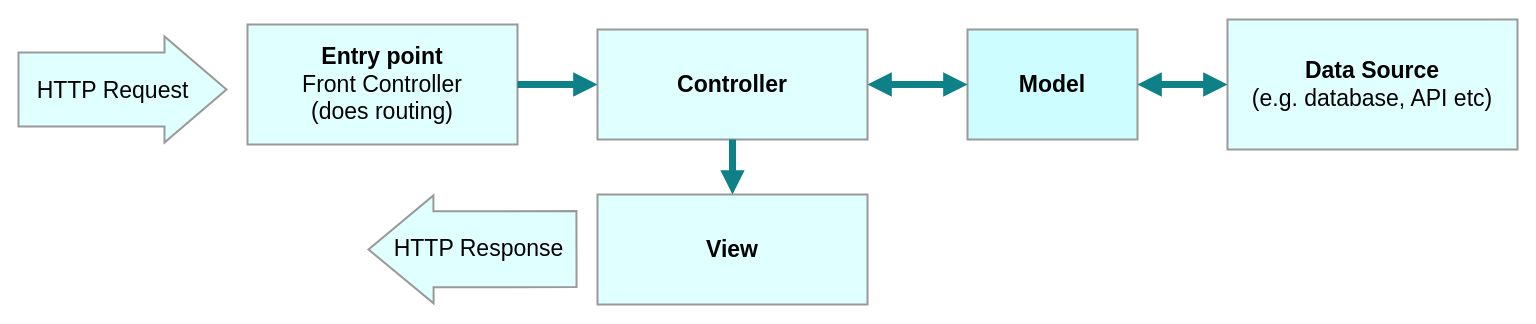
Above: WE2/assets/front-controller2.drawio in grnin/Zusammenfassungen (draw.io), before the change. Source tidied: cells renumbered, new cells numbered last; positions are measured from the earlier drawing's top-left corner, leaving out a move shared by most shapes. Both pictures are drawn from the tidied source at 100%, with x=0, y=0 at pixel (17, 19).
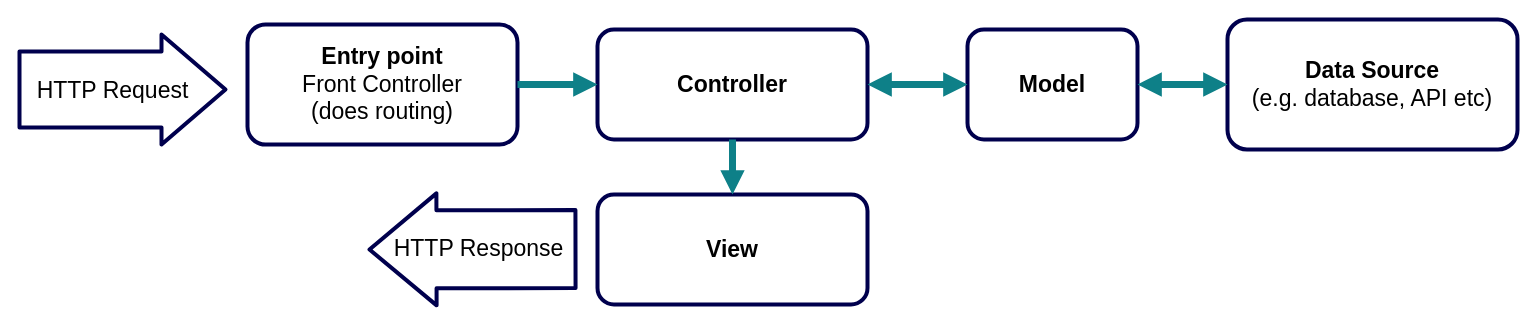
The same page after the edit.

Diff of the diagram source:
```diff
@@
 <mxGraphModel>
   <root>
     <mxCell id="0" />
     <mxCell id="1" parent="0" />
-    <mxCell id="2" value=" " style="shape=flexArrow;endArrow=classic;html=1;rounded=0;width=73;endSize=20;endWidth=30;fontSize=23;fillColor=#E0FFFF;strokeColor=#999999;strokeWidth=2;" parent="1" edge="1">
+    <mxCell id="2" value=" " style="shape=flexArrow;endArrow=classic;html=1;rounded=1;width=73;endSize=20;endWidth=30;fontSize=23;strokeWidth=4;fillColor=none;strokeColor=#00004D;" parent="1" edge="1">
       <mxGeometry relative="1" as="geometry">
         <mxPoint y="70" as="sourcePoint" />
         <mxPoint x="210" y="70" as="targetPoint" />
       </mxGeometry>
     </mxCell>
     <mxCell id="3" value="&lt;span&gt;HTTP Request&lt;/span&gt;" style="edgeLabel;html=1;align=center;verticalAlign=middle;fontSize=23;labelBackgroundColor=none;" parent="2" vertex="1">
       <mxGeometry x="-0.43" y="-1" relative="1" as="geometry">
         <mxPoint x="34" y="-1" as="offset" />
       </mxGeometry>
     </mxCell>
     <mxCell id="4" style="shape=arrow;whiteSpace=wrap;html=1;fillColor=#E0FFFF;strokeColor=#666666;fontSize=23;" parent="1" vertex="1">
       <mxGeometry x="40" y="40" width="140" height="60" as="geometry" />
     </mxCell>
-    <mxCell id="5" value="&lt;b&gt;Entry point&lt;/b&gt;&lt;br&gt;Front Controller&lt;br&gt;(does routing)" style="rounded=0;whiteSpace=wrap;html=1;fillColor=#E0FFFF;strokeColor=#999999;fontSize=23;strokeWidth=2;fillStyle=solid;" parent="1" vertex="1">
+    <mxCell id="5" value="&lt;b&gt;Entry point&lt;/b&gt;&lt;br&gt;Front Controller&lt;br&gt;(does routing)" style="rounded=1;whiteSpace=wrap;html=1;fontSize=23;strokeWidth=4;fillStyle=solid;fillColor=none;strokeColor=#00004D;" parent="1" vertex="1">
       <mxGeometry x="230" y="5" width="270" height="120" as="geometry" />
     </mxCell>
-    <mxCell id="6" value="&lt;b&gt;Controller&lt;/b&gt;" style="rounded=0;whiteSpace=wrap;html=1;fontSize=23;strokeWidth=2;fillColor=#E0FFFF;strokeColor=#999999;align=center;verticalAlign=middle;fontFamily=Helvetica;fontColor=default;" parent="1" vertex="1">
+    <mxCell id="6" value="&lt;b&gt;Controller&lt;/b&gt;" style="rounded=1;whiteSpace=wrap;html=1;fontSize=23;strokeWidth=4;align=center;verticalAlign=middle;fontFamily=Helvetica;fillColor=none;strokeColor=#00004D;" parent="1" vertex="1">
       <mxGeometry x="580" y="10" width="270" height="110" as="geometry" />
     </mxCell>
-    <mxCell id="7" value="&lt;b&gt;View&lt;/b&gt;" style="rounded=0;whiteSpace=wrap;html=1;fillColor=#E0FFFF;strokeColor=#999999;fontSize=23;strokeWidth=2;" parent="1" vertex="1">
+    <mxCell id="7" value="&lt;b&gt;View&lt;/b&gt;" style="rounded=1;whiteSpace=wrap;html=1;fontSize=23;strokeWidth=4;fillColor=none;strokeColor=#00004D;" parent="1" vertex="1">
       <mxGeometry x="580" y="175" width="270" height="110" as="geometry" />
     </mxCell>
-    <mxCell id="8" value="&lt;b&gt;Model&lt;/b&gt;" style="rounded=0;whiteSpace=wrap;html=1;fillColor=#CEFDFF;strokeColor=#999999;fontSize=23;strokeWidth=2;" parent="1" vertex="1">
+    <mxCell id="8" value="&lt;b&gt;Model&lt;/b&gt;" style="rounded=1;whiteSpace=wrap;html=1;fontSize=23;strokeWidth=4;fillColor=none;strokeColor=#00004D;" parent="1" vertex="1">
       <mxGeometry x="950" y="10" width="170" height="110" as="geometry" />
     </mxCell>
-    <mxCell id="9" value="&lt;b&gt;Data Source&lt;/b&gt;&lt;br&gt;(e.g. database, API etc)" style="rounded=0;whiteSpace=wrap;html=1;fillColor=#E0FFFF;strokeColor=#999999;fontSize=23;strokeWidth=2;" parent="1" vertex="1">
+    <mxCell id="9" value="&lt;b&gt;Data Source&lt;/b&gt;&lt;br&gt;(e.g. database, API etc)" style="rounded=1;whiteSpace=wrap;html=1;fontSize=23;strokeWidth=4;fillColor=none;strokeColor=#00004D;" parent="1" vertex="1">
       <mxGeometry x="1210" width="290" height="130" as="geometry" />
     </mxCell>
     <mxCell id="10" style="endArrow=block;html=1;strokeWidth=7;fontSize=23;fillColor=#b0e3e6;strokeColor=#0e8088;" parent="1" edge="1" source="5" target="6">
       <mxGeometry relative="1" as="geometry" />
     </mxCell>
     <mxCell id="11" style="endArrow=block;html=1;strokeWidth=7;fontSize=23;fillColor=#b0e3e6;strokeColor=#0e8088;" parent="1" edge="1" source="6" target="7">
       <mxGeometry relative="1" as="geometry" />
     </mxCell>
     <mxCell id="12" style="startArrow=block;endArrow=block;html=1;strokeWidth=7;fontSize=23;fillColor=#b0e3e6;strokeColor=#0e8088;" parent="1" edge="1" source="6" target="8">
       <mxGeometry relative="1" as="geometry" />
     </mxCell>
     <mxCell id="13" style="startArrow=block;endArrow=block;html=1;strokeWidth=7;fontSize=23;fillColor=#b0e3e6;strokeColor=#0e8088;" parent="1" edge="1" source="8" target="9">
       <mxGeometry relative="1" as="geometry" />
     </mxCell>
-    <mxCell id="14" value=" " style="shape=flexArrow;endArrow=none;html=1;rounded=0;width=75;endSize=23;endWidth=30;fontSize=23;startArrow=block;startFill=0;endFill=0;startSize=21;startWidth=30;fillColor=#E0FFFF;strokeColor=#999999;strokeWidth=2;" parent="1" edge="1">
+    <mxCell id="14" value=" " style="shape=flexArrow;endArrow=none;html=1;rounded=1;width=75;endSize=23;endWidth=30;fontSize=23;startArrow=block;startFill=0;endFill=0;startSize=21;startWidth=30;strokeWidth=4;fillColor=none;strokeColor=#00004D;" parent="1" edge="1">
       <mxGeometry relative="1" as="geometry">
         <mxPoint x="350" y="230" as="sourcePoint" />
         <mxPoint x="560" y="229.6" as="targetPoint" />
       </mxGeometry>
     </mxCell>
     <mxCell id="15" value="&lt;span&gt;HTTP Response&lt;/span&gt;" style="edgeLabel;html=1;align=center;verticalAlign=middle;fontSize=23;labelBackgroundColor=none;" parent="14" vertex="1">
       <mxGeometry x="-0.43" y="-1" relative="1" as="geometry">
         <mxPoint x="50" y="-2" as="offset" />
       </mxGeometry>
     </mxCell>
   </root>
 </mxGraphModel>
```
